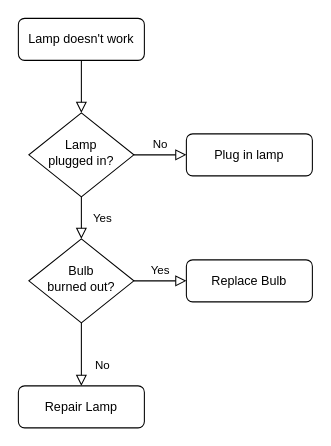
This is drawio/未命名绘图.drawio from acemma/draw, a draw.io file, before an edit. Source tidied: cells renumbered, new cells numbered last; positions are measured from the earlier drawing's top-left corner, leaving out a move shared by most shapes. Both pictures are drawn from the tidied source at 105%, with x=0, y=0 at pixel (18, 18).
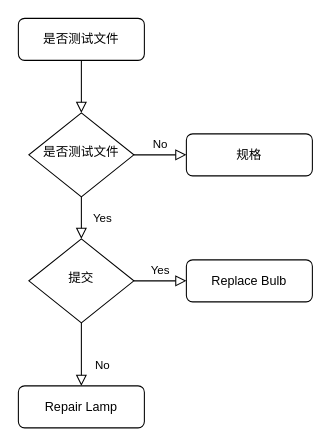
The same page after the edit.

Commit message:
更新未命名绘图.drawio

What changed in the source:
```diff
@@
 <mxGraphModel>
   <root>
     <mxCell id="0" />
     <mxCell id="1" parent="0" />
     <mxCell id="2" style="rounded=0;html=1;jettySize=auto;fontSize=11;endArrow=block;endFill=0;endSize=8;strokeWidth=1;shadow=0;labelBackgroundColor=none;edgeStyle=orthogonalEdgeStyle;" parent="1" edge="1" source="3" target="6">
       <mxGeometry relative="1" as="geometry" />
     </mxCell>
-    <mxCell id="3" value="Lamp doesn't work" style="rounded=1;whiteSpace=wrap;html=1;fontSize=12;glass=0;strokeWidth=1;shadow=0;" parent="1" vertex="1">
+    <mxCell id="3" value="是否测试文件" style="rounded=1;whiteSpace=wrap;html=1;fontSize=12;glass=0;strokeWidth=1;shadow=0;" parent="1" vertex="1">
       <mxGeometry width="120" height="40" as="geometry" />
     </mxCell>
     <mxCell id="4" value="Yes" style="rounded=0;html=1;jettySize=auto;fontSize=11;endArrow=block;endFill=0;endSize=8;strokeWidth=1;shadow=0;labelBackgroundColor=none;edgeStyle=orthogonalEdgeStyle;" parent="1" edge="1" source="6" target="10">
       <mxGeometry y="20" relative="1" as="geometry" />
     </mxCell>
     <mxCell id="5" value="No" style="edgeStyle=orthogonalEdgeStyle;rounded=0;html=1;jettySize=auto;fontSize=11;endArrow=block;endFill=0;endSize=8;strokeWidth=1;shadow=0;labelBackgroundColor=none;" parent="1" edge="1" source="6" target="7">
       <mxGeometry y="10" relative="1" as="geometry" />
     </mxCell>
-    <mxCell id="6" value="Lamp&lt;br&gt;plugged in?" style="rhombus;whiteSpace=wrap;html=1;shadow=0;fontFamily=Helvetica;fontSize=12;align=center;strokeWidth=1;spacing=6;spacingTop=-4;" parent="1" vertex="1">
+    <mxCell id="6" value="是否测试文件" style="rhombus;whiteSpace=wrap;html=1;shadow=0;fontFamily=Helvetica;fontSize=12;align=center;strokeWidth=1;spacing=6;spacingTop=-4;" parent="1" vertex="1">
       <mxGeometry x="10" y="90" width="100" height="80" as="geometry" />
     </mxCell>
-    <mxCell id="7" value="Plug in lamp" style="rounded=1;whiteSpace=wrap;html=1;fontSize=12;glass=0;strokeWidth=1;shadow=0;" parent="1" vertex="1">
+    <mxCell id="7" value="规格" style="rounded=1;whiteSpace=wrap;html=1;fontSize=12;glass=0;strokeWidth=1;shadow=0;" parent="1" vertex="1">
       <mxGeometry x="160" y="110" width="120" height="40" as="geometry" />
     </mxCell>
     <mxCell id="8" value="No" style="rounded=0;html=1;jettySize=auto;fontSize=11;endArrow=block;endFill=0;endSize=8;strokeWidth=1;shadow=0;labelBackgroundColor=none;edgeStyle=orthogonalEdgeStyle;" parent="1" edge="1" source="10" target="11">
       <mxGeometry x="0.33" y="20" relative="1" as="geometry" />
     </mxCell>
     <mxCell id="9" value="Yes" style="edgeStyle=orthogonalEdgeStyle;rounded=0;html=1;jettySize=auto;fontSize=11;endArrow=block;endFill=0;endSize=8;strokeWidth=1;shadow=0;labelBackgroundColor=none;" parent="1" edge="1" source="10" target="12">
       <mxGeometry y="10" relative="1" as="geometry" />
     </mxCell>
-    <mxCell id="10" value="Bulb&lt;br&gt;burned out?" style="rhombus;whiteSpace=wrap;html=1;shadow=0;fontFamily=Helvetica;fontSize=12;align=center;strokeWidth=1;spacing=6;spacingTop=-4;" parent="1" vertex="1">
+    <mxCell id="10" value="提交" style="rhombus;whiteSpace=wrap;html=1;shadow=0;fontFamily=Helvetica;fontSize=12;align=center;strokeWidth=1;spacing=6;spacingTop=-4;" parent="1" vertex="1">
       <mxGeometry x="10" y="210" width="100" height="80" as="geometry" />
     </mxCell>
     <mxCell id="11" value="Repair Lamp" style="rounded=1;whiteSpace=wrap;html=1;fontSize=12;glass=0;strokeWidth=1;shadow=0;" parent="1" vertex="1">
       <mxGeometry y="350" width="120" height="40" as="geometry" />
     </mxCell>
     <mxCell id="12" value="Replace Bulb" style="rounded=1;whiteSpace=wrap;html=1;fontSize=12;glass=0;strokeWidth=1;shadow=0;" parent="1" vertex="1">
       <mxGeometry x="160" y="230" width="120" height="40" as="geometry" />
     </mxCell>
   </root>
 </mxGraphModel>
```
